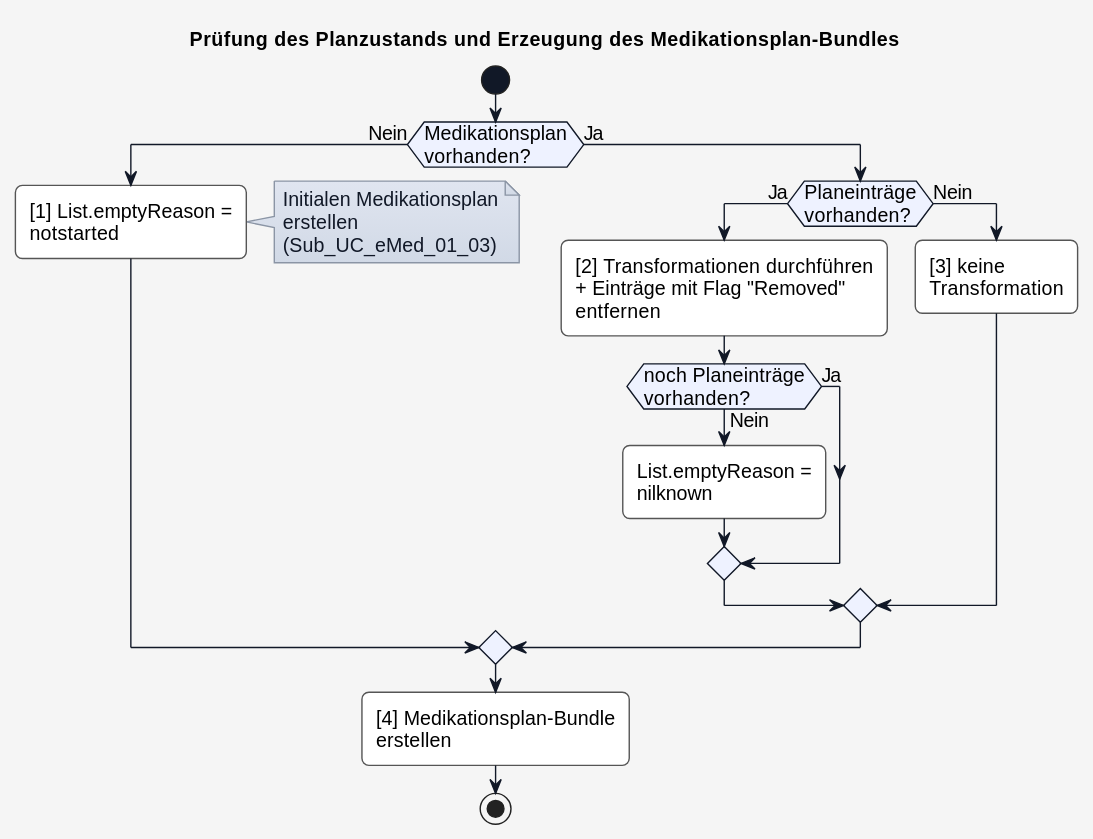
Earlier version of the PlantUML export r4-ELGA-e-Medikation-main/en/plantuml/UC_eMed_01_01_plancheck.svg (HL7Austria/hl7austria.github.io). Source of this version:
```plantuml
@startuml
title Prüfung des Planzustands und Erzeugung des Medikationsplan-Bundles

skinparam borderColor #000000
skinparam backgroundColor #f5f5f5
skinparam shadowing false
skinparam roundCorner 10
skinparam defaultFontName "Arial"
skinparam defaultFontSize 14
skinparam defaultFontColor #000000
skinparam HyperlinkColor #0000EE
skinparam HyperlinkUnderline false
skinparam BoxPadding 20
skinparam BoxBorderColor #555555

skinparam note {
  BackgroundColor #e0e5f0-#d1d9e6
  BorderColor #8b95a5
  BorderThickness 1
  RoundCorner 0
  Padding 6
  FontColor #111827
  Shadowing false
}

skinparam activity {
  BackgroundColor #ffffff
  BorderColor #555555
  BorderThickness 1
  FontColor #000000
  FontSize 14
  DiamondBackgroundColor #eef2ff
  DiamondBorderColor #111827
  DiamondFontColor #000000
  StartColor #111827
  EndColor #111827
  ArrowColor #111827
  ArrowThickness 1
}

start

if (Medikationsplan\nvorhanden?) then (Nein)

  :[1] List.emptyReason =\nnotstarted;

  note right
    Initialen Medikationsplan
    erstellen
    (Sub_UC_eMed_01_03)
  end note

else (Ja)

  if (Planeinträge\nvorhanden?) then (Ja)

    :[2] Transformationen durchführen\n+ Einträge mit Flag "Removed"\nentfernen;

    if (noch Planeinträge\nvorhanden?) then (Ja)

    else (Nein)

      :List.emptyReason =\nnilknown;

    endif

  else (Nein)

    :[3] keine\nTransformation;

  endif

endif

:[4] Medikationsplan-Bundle\nerstellen;

stop
@enduml
```
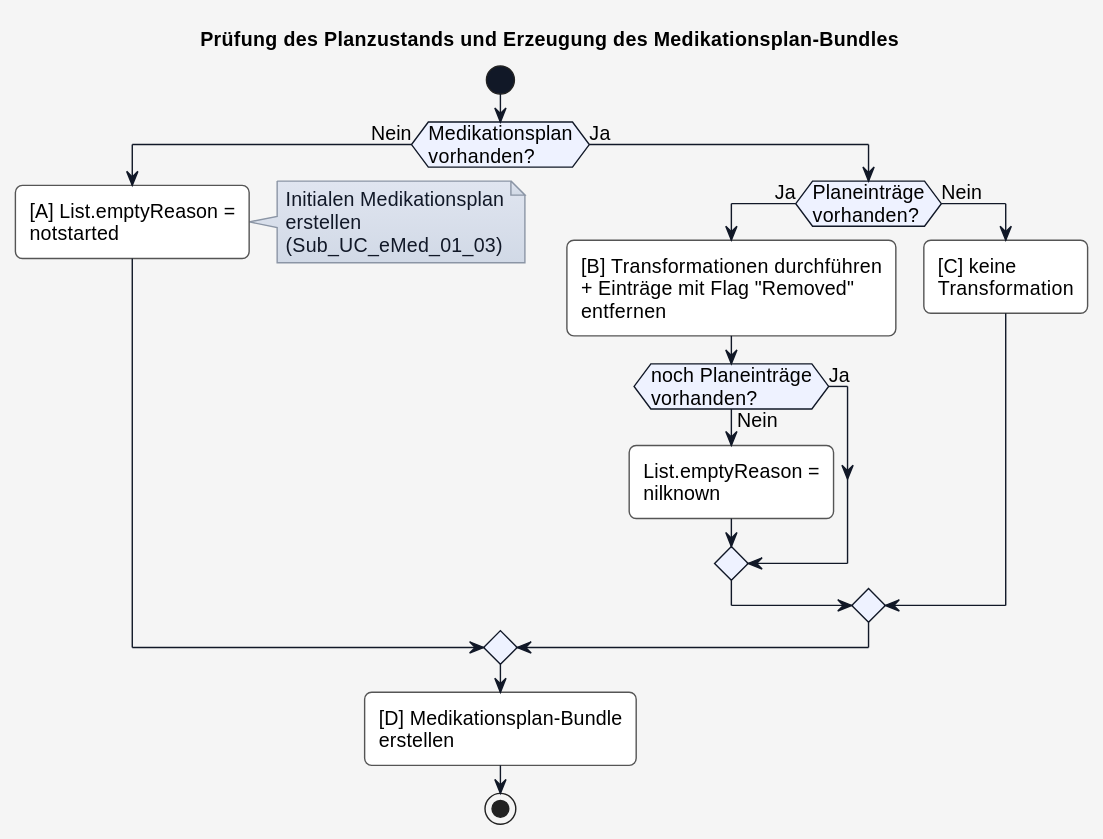
After the commit.

Diff of the diagram source:
```diff
@@ -42,7 +42,7 @@
 
 if (Medikationsplan\nvorhanden?) then (Nein)
 
-  :[1] List.emptyReason =\nnotstarted;
+  :[A] List.emptyReason =\nnotstarted;
 
   note right
     Initialen Medikationsplan
@@ -54,7 +54,7 @@
 
   if (Planeinträge\nvorhanden?) then (Ja)
 
-    :[2] Transformationen durchführen\n+ Einträge mit Flag "Removed"\nentfernen;
+    :[B] Transformationen durchführen\n+ Einträge mit Flag "Removed"\nentfernen;
 
     if (noch Planeinträge\nvorhanden?) then (Ja)
 
@@ -66,13 +66,13 @@
 
   else (Nein)
 
-    :[3] keine\nTransformation;
+    :[C] keine\nTransformation;
 
   endif
 
 endif
 
-:[4] Medikationsplan-Bundle\nerstellen;
+:[D] Medikationsplan-Bundle\nerstellen;
 
 stop
 @enduml
```
